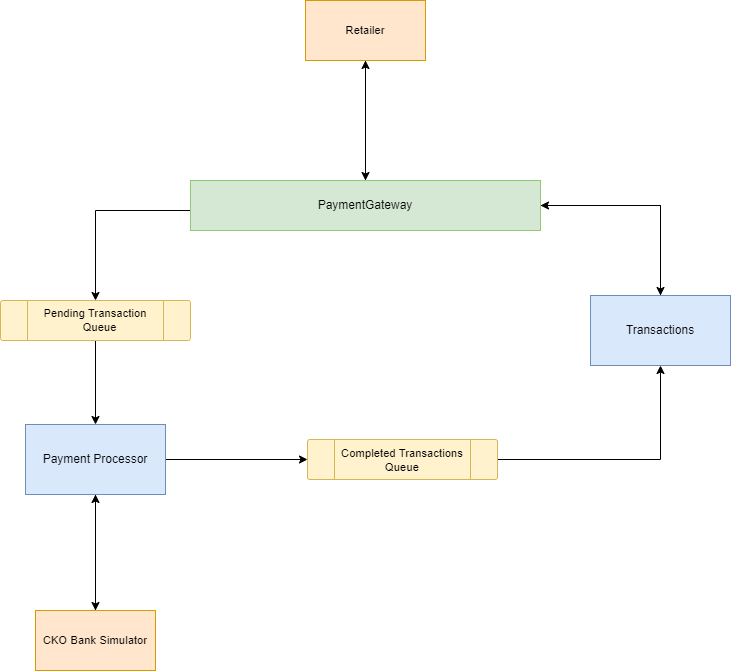
The draw.io diagram Blob/PaymentGatewaySystemDesign.png in LuisDoin/PaymentGateway, before a commit. Source tidied: cells renumbered, new cells last; positions are measured from the earlier drawing's top-left corner, leaving out a move shared by most shapes.
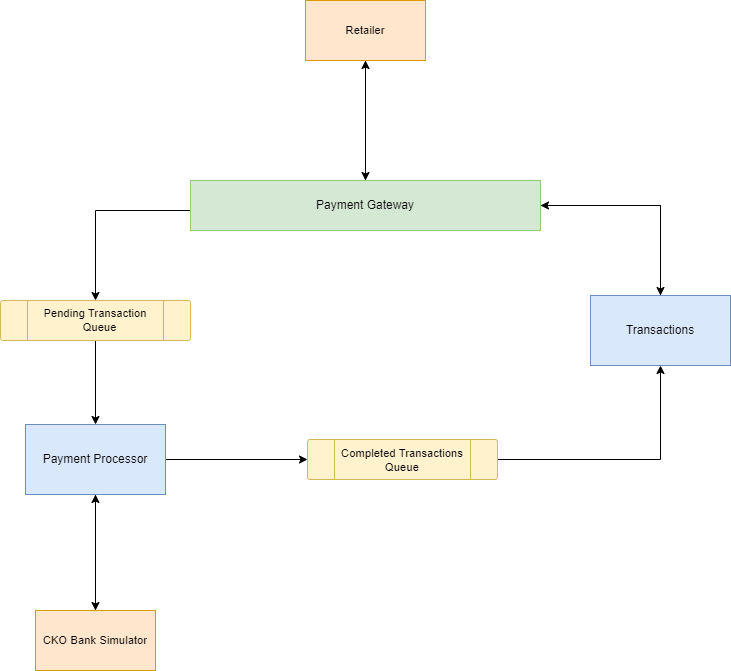
After the commit.

Diff of the diagram source:
```diff
@@ -15,7 +15,7 @@
     <mxCell id="4" style="edgeStyle=orthogonalEdgeStyle;rounded=0;jettySize=auto;html=1;entryX=0.5;entryY=1;entryDx=0;entryDy=0;fontSize=11.3;" parent="1" edge="1" source="5" target="20">
       <mxGeometry relative="1" as="geometry" />
     </mxCell>
-    <mxCell id="5" value="PaymentGateway" style="rounded=0;whiteSpace=wrap;html=1;fillColor=#d5e8d4;strokeColor=#92C973;" parent="1" vertex="1">
+    <mxCell id="5" value="Payment Gateway" style="rounded=0;whiteSpace=wrap;html=1;fillColor=#d5e8d4;strokeColor=#92C973;" parent="1" vertex="1">
       <mxGeometry x="190" y="180" width="350" height="50" as="geometry" />
     </mxCell>
     <mxCell id="6" style="edgeStyle=orthogonalEdgeStyle;rounded=0;jettySize=auto;html=1;entryX=0.5;entryY=0;entryDx=0;entryDy=0;fontSize=11.3;" parent="1" edge="1" source="7" target="11">
```
